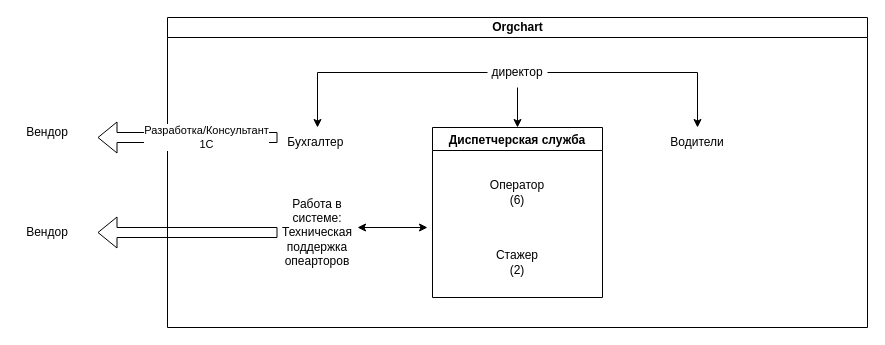
Earlier version of the draw.io diagram Org.drawio (rezelput/Theoryofsystemanalisys). Source tidied: cells renumbered, new cells numbered last; positions are measured from the earlier drawing's top-left corner, leaving out a move shared by most shapes. Both pictures are drawn from the tidied source at 100%, with x=0, y=0 at pixel (17, 17).
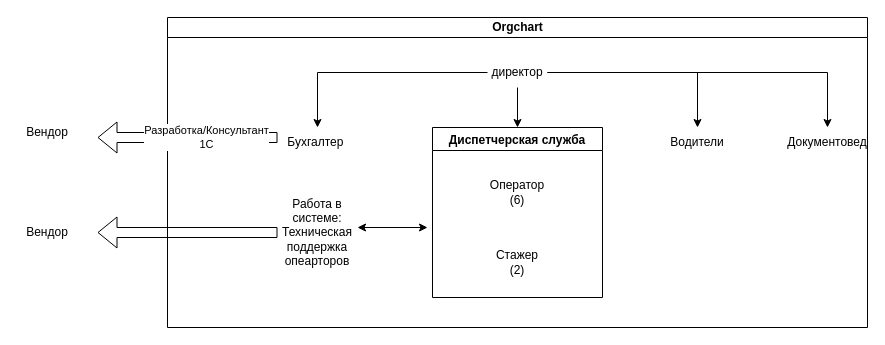
The same diagram, later.

Unchanged cells that the change refers to:
```xml
<mxCell id="2" value="Orgchart" style="swimlane;html=1;startSize=20;horizontal=1;containerType=tree;glass=0;" parent="1" vertex="1">
  <mxGeometry x="150" width="700" height="310" as="geometry" />
</mxCell>
<mxCell id="6" value="директор" style="text;html=1;strokeColor=none;fillColor=none;align=center;verticalAlign=middle;whiteSpace=wrap;rounded=0;" parent="2" vertex="1">
  <mxGeometry x="320" y="40" width="60" height="30" as="geometry" />
</mxCell>
```

Change to the diagram source:
```diff
@@
+    <mxCell id="19" style="edgeStyle=orthogonalEdgeStyle;rounded=0;jettySize=auto;html=1;" parent="2" edge="1" source="6" target="20">
+      <mxGeometry relative="1" as="geometry" />
+    </mxCell>
@@
+    <mxCell id="20" value="Документовед&lt;br&gt;" style="text;html=1;strokeColor=none;fillColor=none;align=center;verticalAlign=middle;whiteSpace=wrap;rounded=0;" parent="2" vertex="1">
+      <mxGeometry x="630" y="110" width="60" height="30" as="geometry" />
+    </mxCell>
```
